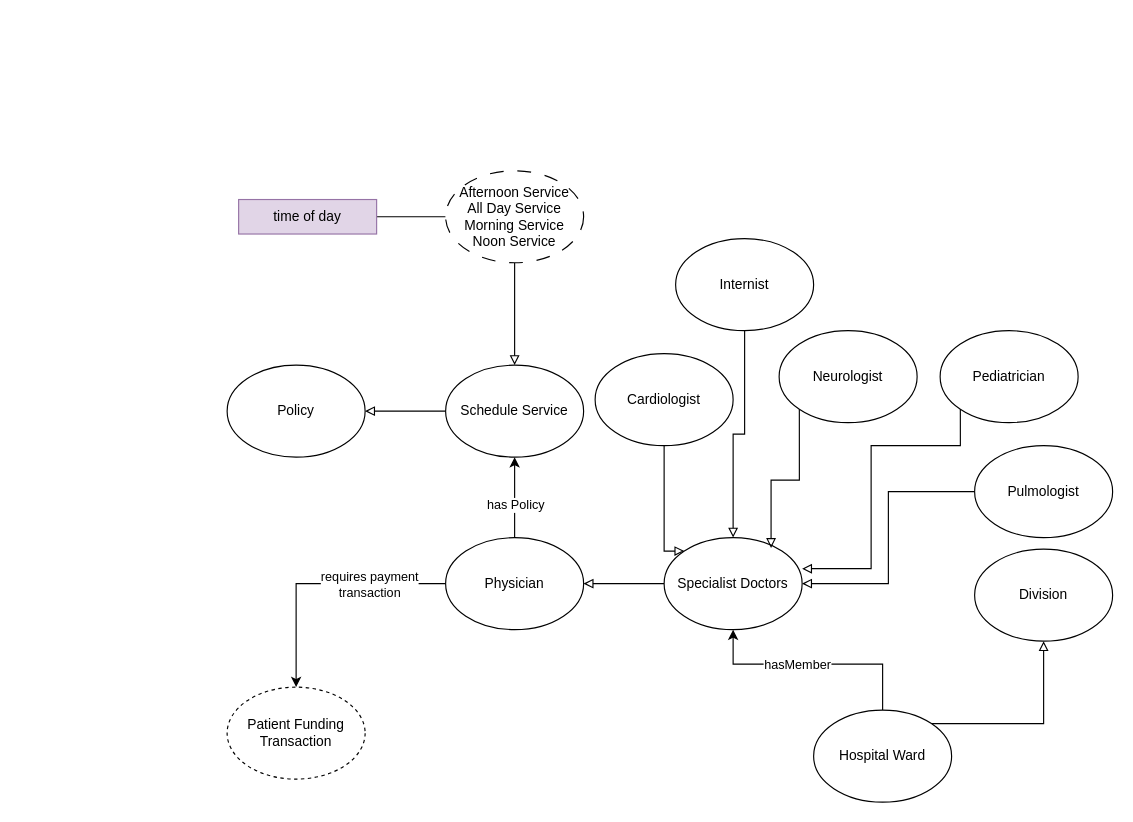
This is page "Members" (3 of 6) of UPdate_ontology_Diagram_3.1.drawio from irhamniali/OGD_health, a draw.io file, before an edit. Source tidied: cells renumbered, new cells numbered last; positions are measured from the earlier drawing's top-left corner, leaving out a move shared by most shapes. Both pictures are drawn from the tidied source at 115%, with x=0, y=0 at pixel (227, 170).
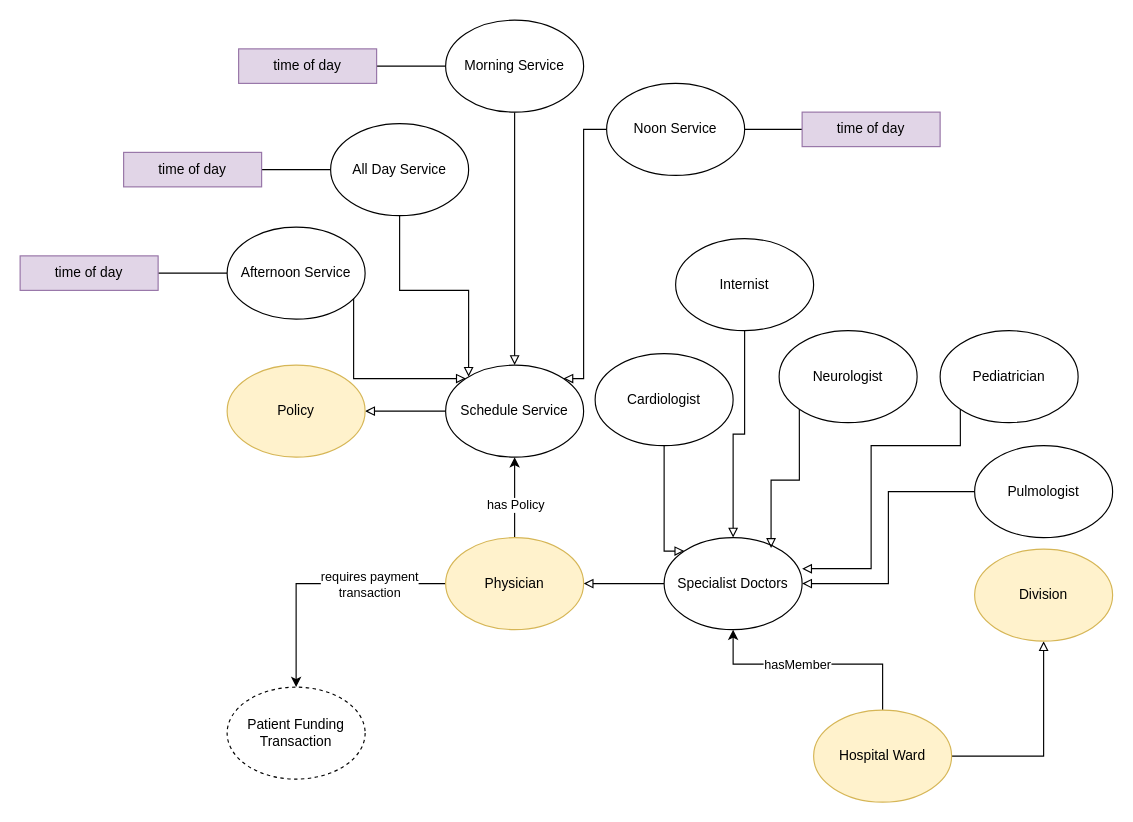
The same page after the edit.

The change refers to these unchanged cells:
```xml
<mxCell id="16" value="Schedule Service" style="ellipse;whiteSpace=wrap;html=1;" parent="1" vertex="1">
  <mxGeometry x="190" y="169" width="120" height="80" as="geometry" />
</mxCell>
```

Diff of the diagram source:
```diff
@@
-    <mxCell id="2" style="edgeStyle=orthogonalEdgeStyle;rounded=0;jettySize=auto;html=1;entryX=0.5;entryY=1;entryDx=0;entryDy=0;endArrow=block;endFill=0;exitX=1;exitY=0;exitDx=0;exitDy=0;" parent="1" edge="1" source="5" target="6">
-      <mxGeometry relative="1" as="geometry" />
+    <mxCell id="2" style="edgeStyle=orthogonalEdgeStyle;rounded=0;jettySize=auto;html=1;entryX=0.5;entryY=1;entryDx=0;entryDy=0;endArrow=block;endFill=0;exitX=1;exitY=0.5;exitDx=0;exitDy=0;" parent="1" edge="1" source="5" target="6">
+      <mxGeometry relative="1" as="geometry">
+        <Array as="points">
+          <mxPoint x="710" y="509" />
+        </Array>
+      </mxGeometry>
     </mxCell>
@@
-    <mxCell id="5" value="Hospital Ward" style="ellipse;whiteSpace=wrap;html=1;" parent="1" vertex="1">
+    <mxCell id="5" value="Hospital Ward" style="ellipse;whiteSpace=wrap;html=1;fillColor=#fff2cc;strokeColor=#d6b656;" parent="1" vertex="1">
       <mxGeometry x="510" y="469" width="120" height="80" as="geometry" />
     </mxCell>
-    <mxCell id="6" value="Division" style="ellipse;whiteSpace=wrap;html=1;" parent="1" vertex="1">
+    <mxCell id="6" value="Division" style="ellipse;whiteSpace=wrap;html=1;fillColor=#fff2cc;strokeColor=#d6b656;" parent="1" vertex="1">
       <mxGeometry x="650" y="329" width="120" height="80" as="geometry" />
     </mxCell>
@@
-    <mxCell id="14" value="Physician" style="ellipse;whiteSpace=wrap;html=1;" parent="1" vertex="1">
+    <mxCell id="14" value="Physician" style="ellipse;whiteSpace=wrap;html=1;fillColor=#fff2cc;strokeColor=#d6b656;" parent="1" vertex="1">
       <mxGeometry x="190" y="319" width="120" height="80" as="geometry" />
     </mxCell>
@@
+    <mxCell id="32" style="edgeStyle=orthogonalEdgeStyle;rounded=0;jettySize=auto;html=1;exitX=0;exitY=0;exitDx=0;exitDy=0;endArrow=none;endFill=0;startArrow=block;startFill=0;" parent="1" edge="1" source="16" target="30">
+      <mxGeometry relative="1" as="geometry">
+        <Array as="points">
+          <mxPoint x="110" y="181" />
+        </Array>
+      </mxGeometry>
+    </mxCell>
+    <mxCell id="33" style="edgeStyle=orthogonalEdgeStyle;rounded=0;jettySize=auto;html=1;entryX=0.5;entryY=1;entryDx=0;entryDy=0;endArrow=none;endFill=0;startArrow=block;startFill=0;" parent="1" edge="1" source="16" target="37">
+      <mxGeometry relative="1" as="geometry">
+        <Array as="points">
+          <mxPoint x="210" y="104" />
+          <mxPoint x="150" y="104" />
+        </Array>
+      </mxGeometry>
+    </mxCell>
+    <mxCell id="34" style="edgeStyle=orthogonalEdgeStyle;rounded=0;jettySize=auto;html=1;entryX=0.5;entryY=1;entryDx=0;entryDy=0;endArrow=none;endFill=0;startArrow=block;startFill=0;" parent="1" edge="1" source="16" target="40">
+      <mxGeometry relative="1" as="geometry" />
+    </mxCell>
+    <mxCell id="35" style="edgeStyle=orthogonalEdgeStyle;rounded=0;jettySize=auto;html=1;exitX=1;exitY=0;exitDx=0;exitDy=0;entryX=0;entryY=0.5;entryDx=0;entryDy=0;endArrow=none;endFill=0;startArrow=block;startFill=0;" parent="1" edge="1" source="16" target="43">
+      <mxGeometry relative="1" as="geometry">
+        <Array as="points">
+          <mxPoint x="310" y="181" />
+          <mxPoint x="310" y="-36" />
+        </Array>
+      </mxGeometry>
+    </mxCell>
@@
-    <mxCell id="17" value="Policy" style="ellipse;whiteSpace=wrap;html=1;" parent="1" vertex="1">
+    <mxCell id="17" value="Policy" style="ellipse;whiteSpace=wrap;html=1;fillColor=#fff2cc;strokeColor=#d6b656;" parent="1" vertex="1">
       <mxGeometry y="169" width="120" height="80" as="geometry" />
     </mxCell>
@@
-    <mxCell id="28" style="edgeStyle=orthogonalEdgeStyle;rounded=0;jettySize=auto;html=1;endArrow=block;endFill=0;" parent="1" edge="1" source="30" target="16">
-      <mxGeometry relative="1" as="geometry" />
-    </mxCell>
@@
-    <mxCell id="30" value="Afternoon Service&lt;br&gt;All Day Service&lt;br&gt;Morning Service&lt;br&gt;Noon Service" style="ellipse;whiteSpace=wrap;html=1;dashed=1;dashPattern=12 12;" parent="1" vertex="1">
-      <mxGeometry x="190" width="120" height="80" as="geometry" />
+    <mxCell id="30" value="Afternoon Service" style="ellipse;whiteSpace=wrap;html=1;" parent="1" vertex="1">
+      <mxGeometry y="49" width="120" height="80" as="geometry" />
     </mxCell>
     <mxCell id="31" value="time of day" style="rounded=0;whiteSpace=wrap;html=1;fillColor=#e1d5e7;strokeColor=#9673a6;" parent="1" vertex="1">
-      <mxGeometry x="10" y="25" width="120" height="30" as="geometry" />
+      <mxGeometry x="-180" y="74" width="120" height="30" as="geometry" />
     </mxCell>
+    <mxCell id="36" style="edgeStyle=orthogonalEdgeStyle;rounded=0;jettySize=auto;html=1;entryX=1;entryY=0.5;entryDx=0;entryDy=0;endArrow=none;endFill=0;" parent="1" edge="1" source="37" target="38">
+      <mxGeometry relative="1" as="geometry" />
+    </mxCell>
+    <mxCell id="37" value="All Day Service" style="ellipse;whiteSpace=wrap;html=1;" parent="1" vertex="1">
+      <mxGeometry x="90" y="-41" width="120" height="80" as="geometry" />
+    </mxCell>
+    <mxCell id="38" value="time of day" style="rounded=0;whiteSpace=wrap;html=1;fillColor=#e1d5e7;strokeColor=#9673a6;" parent="1" vertex="1">
+      <mxGeometry x="-90" y="-16" width="120" height="30" as="geometry" />
+    </mxCell>
+    <mxCell id="39" style="edgeStyle=orthogonalEdgeStyle;rounded=0;jettySize=auto;html=1;entryX=1;entryY=0.5;entryDx=0;entryDy=0;endArrow=none;endFill=0;" parent="1" edge="1" source="40" target="41">
+      <mxGeometry relative="1" as="geometry" />
+    </mxCell>
+    <mxCell id="40" value="Morning Service" style="ellipse;whiteSpace=wrap;html=1;" parent="1" vertex="1">
+      <mxGeometry x="190" y="-131" width="120" height="80" as="geometry" />
+    </mxCell>
+    <mxCell id="41" value="time of day" style="rounded=0;whiteSpace=wrap;html=1;fillColor=#e1d5e7;strokeColor=#9673a6;" parent="1" vertex="1">
+      <mxGeometry x="10" y="-106" width="120" height="30" as="geometry" />
+    </mxCell>
+    <mxCell id="42" style="edgeStyle=orthogonalEdgeStyle;rounded=0;jettySize=auto;html=1;entryX=0;entryY=0.5;entryDx=0;entryDy=0;endArrow=none;endFill=0;" parent="1" edge="1" source="43" target="44">
+      <mxGeometry relative="1" as="geometry" />
+    </mxCell>
+    <mxCell id="43" value="Noon Service" style="ellipse;whiteSpace=wrap;html=1;" parent="1" vertex="1">
+      <mxGeometry x="330" y="-76" width="120" height="80" as="geometry" />
+    </mxCell>
+    <mxCell id="44" value="time of day" style="rounded=0;whiteSpace=wrap;html=1;fillColor=#e1d5e7;strokeColor=#9673a6;" parent="1" vertex="1">
+      <mxGeometry x="500" y="-51" width="120" height="30" as="geometry" />
+    </mxCell>
```
